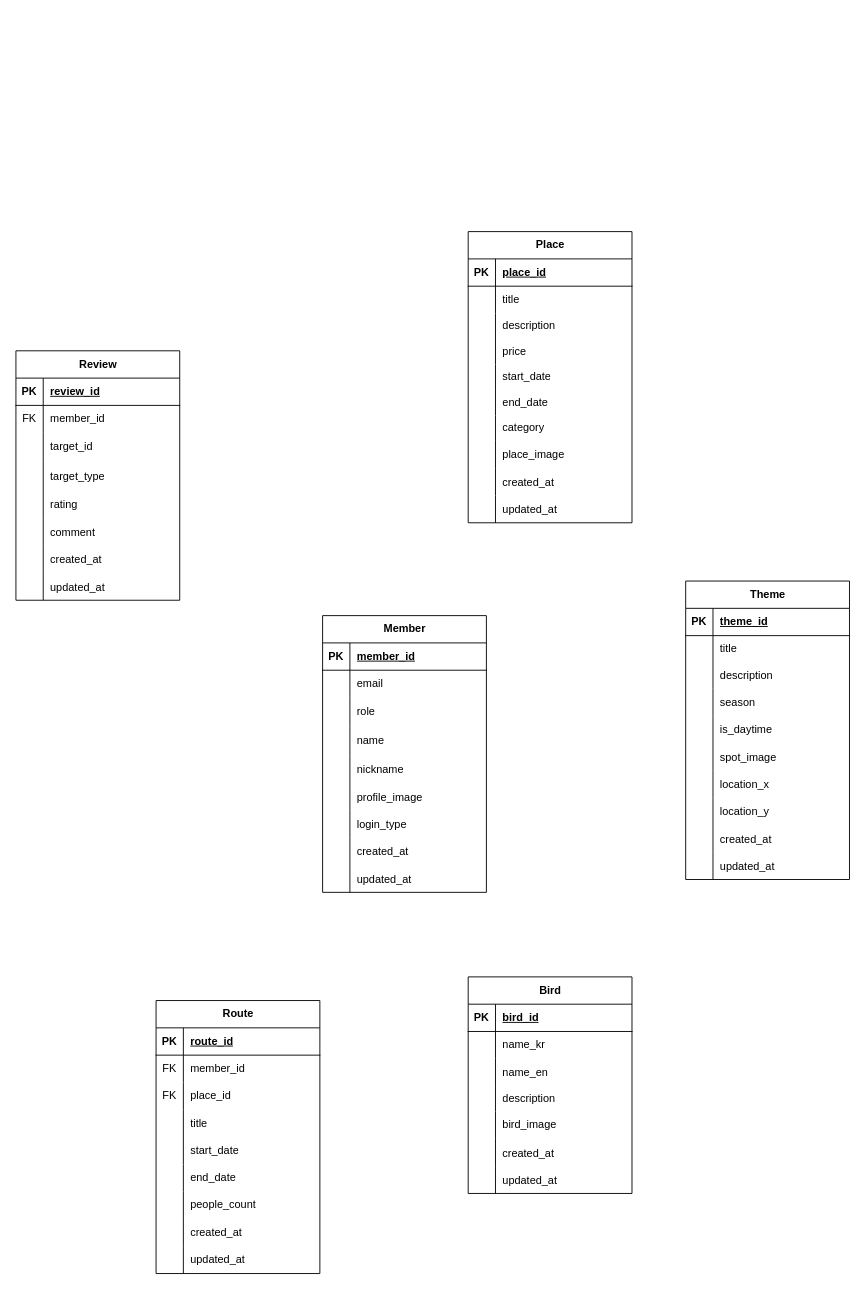
Earlier version of the draw.io diagram ShowingERD.drawio (2025-Tourism-Data-Utilization-Contest/ERD). Source tidied: cells renumbered, new cells numbered last; positions are measured from the earlier drawing's top-left corner, leaving out a move shared by most shapes. Both pictures are drawn from the tidied source at 91%, with x=0, y=0 at pixel (15, 231).
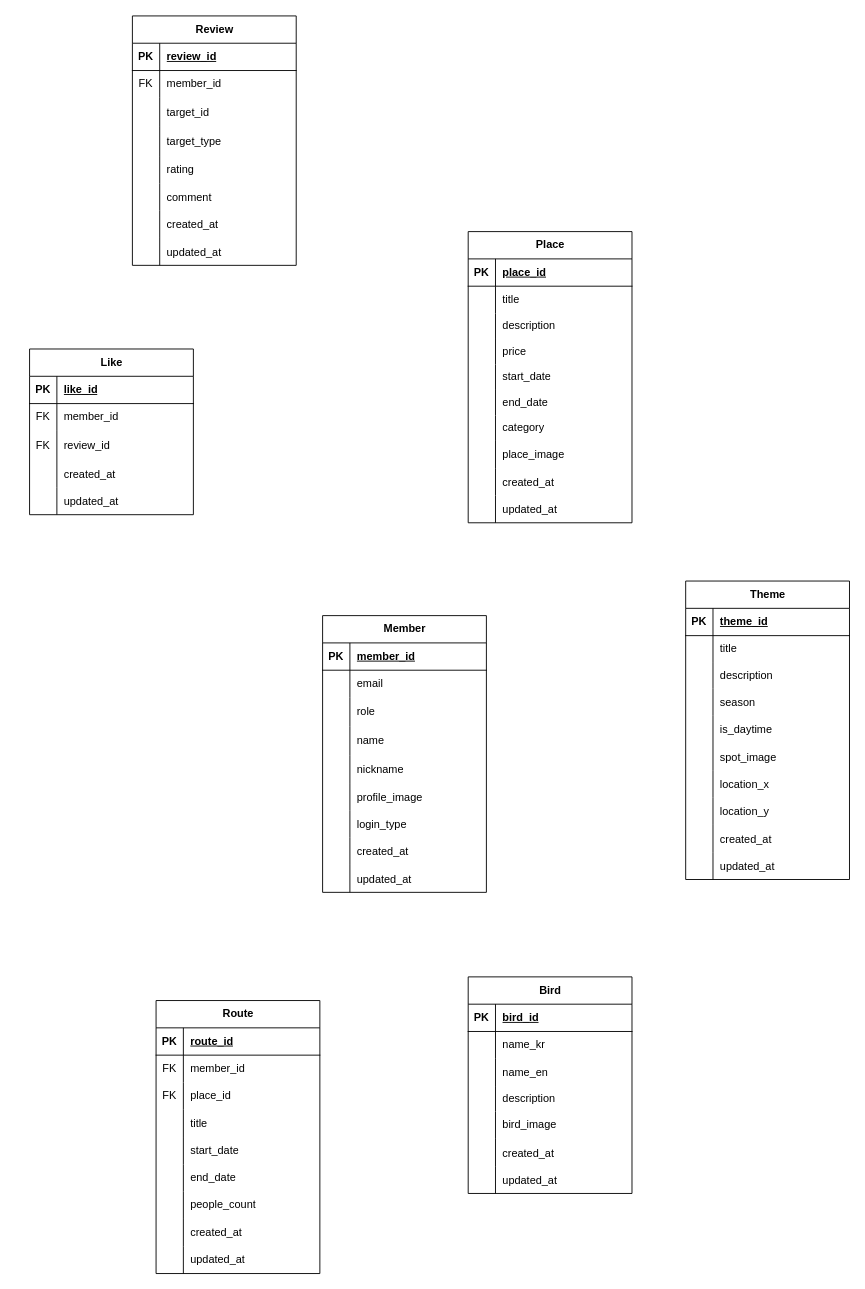
Above is the later version.

Commit message:
docs: 좋아요(Like) 테이블 작성

The change refers to these unchanged cells:
```xml
<mxCell id="143" style="shape=tableRow;horizontal=0;startSize=0;swimlaneHead=0;swimlaneBody=0;fillColor=none;top=0;left=0;right=0;bottom=1;" parent="142" vertex="1">
  <mxGeometry y="30" width="180" height="30" as="geometry" />
</mxCell>
<mxCell id="149" style="shape=tableRow;horizontal=0;startSize=0;swimlaneHead=0;swimlaneBody=0;fillColor=none;top=0;left=0;right=0;bottom=0;" parent="142" vertex="1">
  <mxGeometry y="90" width="180" height="32" as="geometry" />
</mxCell>
```

Change to the diagram source:
```diff
@@
-    <mxCell id="142" value="Review" style="shape=table;startSize=30;childLayout=tableLayout;rowLines=0;fontStyle=1;align=center;html=1;" parent="1" vertex="1">
-      <mxGeometry y="131" width="180" height="274.1" as="geometry" />
+    <mxCell id="142" value="Like" style="shape=table;startSize=30;childLayout=tableLayout;rowLines=0;fontStyle=1;align=center;html=1;" parent="1" vertex="1">
+      <mxGeometry x="15" y="129" width="180" height="182.1" as="geometry" />
     </mxCell>
@@
-    <mxCell id="145" value="review_id" style="shape=partialRectangle;fillColor=none;top=0;left=0;bottom=0;right=0;align=left;spacingLeft=6;fontStyle=5;overflow=hidden;whiteSpace=wrap;html=1;" parent="143" vertex="1">
+    <mxCell id="145" value="like_id" style="shape=partialRectangle;fillColor=none;top=0;left=0;bottom=0;right=0;align=left;spacingLeft=6;fontStyle=5;overflow=hidden;whiteSpace=wrap;html=1;" parent="143" vertex="1">
       <mxGeometry x="30" width="150" height="30" as="geometry" />
     </mxCell>
@@
-    <mxCell id="150" style="shape=partialRectangle;fillColor=none;top=0;left=0;bottom=0;right=0;overflow=hidden;whiteSpace=wrap;html=1;" parent="149" vertex="1">
+    <mxCell id="150" value="FK" style="shape=partialRectangle;fillColor=none;top=0;left=0;bottom=0;right=0;overflow=hidden;whiteSpace=wrap;html=1;" parent="149" vertex="1">
       <mxGeometry width="30" height="32" as="geometry" />
     </mxCell>
-    <mxCell id="151" value="target_id" style="shape=partialRectangle;fillColor=none;top=0;left=0;bottom=0;right=0;align=left;spacingLeft=6;overflow=hidden;whiteSpace=wrap;html=1;" parent="149" vertex="1">
+    <mxCell id="151" value="review_id" style="shape=partialRectangle;fillColor=none;top=0;left=0;bottom=0;right=0;align=left;spacingLeft=6;overflow=hidden;whiteSpace=wrap;html=1;" parent="149" vertex="1">
       <mxGeometry x="30" width="150" height="32" as="geometry" />
     </mxCell>
-    <mxCell id="152" style="shape=tableRow;horizontal=0;startSize=0;swimlaneHead=0;swimlaneBody=0;fillColor=none;top=0;left=0;right=0;bottom=0;" parent="142" vertex="1">
-      <mxGeometry y="122" width="180" height="32" as="geometry" />
-    </mxCell>
-    <mxCell id="153" style="shape=partialRectangle;fillColor=none;top=0;left=0;bottom=0;right=0;overflow=hidden;whiteSpace=wrap;html=1;" parent="152" vertex="1">
-      <mxGeometry width="30" height="32" as="geometry" />
-    </mxCell>
-    <mxCell id="154" value="target_type" style="shape=partialRectangle;fillColor=none;top=0;left=0;bottom=0;right=0;align=left;spacingLeft=6;overflow=hidden;whiteSpace=wrap;html=1;" parent="152" vertex="1">
-      <mxGeometry x="30" width="150" height="32" as="geometry" />
-    </mxCell>
-    <mxCell id="155" style="shape=tableRow;horizontal=0;startSize=0;swimlaneHead=0;swimlaneBody=0;fillColor=none;top=0;left=0;right=0;bottom=0;" parent="142" vertex="1">
-      <mxGeometry y="154" width="180" height="30" as="geometry" />
-    </mxCell>
-    <mxCell id="156" style="shape=partialRectangle;fillColor=none;top=0;left=0;bottom=0;right=0;overflow=hidden;whiteSpace=wrap;html=1;" parent="155" vertex="1">
-      <mxGeometry width="30" height="30" as="geometry" />
-    </mxCell>
-    <mxCell id="157" value="rating" style="shape=partialRectangle;fillColor=none;top=0;left=0;bottom=0;right=0;align=left;spacingLeft=6;overflow=hidden;whiteSpace=wrap;html=1;" parent="155" vertex="1">
-      <mxGeometry x="30" width="150" height="30" as="geometry" />
-    </mxCell>
-    <mxCell id="158" style="shape=tableRow;horizontal=0;startSize=0;swimlaneHead=0;swimlaneBody=0;fillColor=none;top=0;left=0;right=0;bottom=0;" parent="142" vertex="1">
-      <mxGeometry y="184" width="180" height="30" as="geometry" />
-    </mxCell>
-    <mxCell id="159" style="shape=partialRectangle;fillColor=none;top=0;left=0;bottom=0;right=0;overflow=hidden;" parent="158" vertex="1">
-      <mxGeometry width="30" height="30" as="geometry" />
-    </mxCell>
-    <mxCell id="160" value="comment" style="shape=partialRectangle;fillColor=none;top=0;left=0;bottom=0;right=0;align=left;spacingLeft=6;overflow=hidden;" parent="158" vertex="1">
-      <mxGeometry x="30" width="150" height="30" as="geometry" />
-    </mxCell>
     <mxCell id="161" style="shape=tableRow;horizontal=0;startSize=0;swimlaneHead=0;swimlaneBody=0;fillColor=none;top=0;left=0;right=0;bottom=0;" parent="142" vertex="1">
-      <mxGeometry y="214" width="180" height="30" as="geometry" />
+      <mxGeometry y="122" width="180" height="30" as="geometry" />
     </mxCell>
@@
     <mxCell id="164" style="shape=tableRow;horizontal=0;startSize=0;swimlaneHead=0;swimlaneBody=0;fillColor=none;top=0;left=0;right=0;bottom=0;" parent="142" vertex="1">
-      <mxGeometry y="244" width="180" height="30" as="geometry" />
+      <mxGeometry y="152" width="180" height="30" as="geometry" />
     </mxCell>
@@
+    <mxCell id="167" value="Review" style="shape=table;startSize=30;childLayout=tableLayout;rowLines=0;fontStyle=1;align=center;html=1;" parent="1" vertex="1">
+      <mxGeometry x="128" y="-237" width="180" height="274.1" as="geometry" />
+    </mxCell>
+    <mxCell id="168" style="shape=tableRow;horizontal=0;startSize=0;swimlaneHead=0;swimlaneBody=0;fillColor=none;top=0;left=0;right=0;bottom=1;" parent="167" vertex="1">
+      <mxGeometry y="30" width="180" height="30" as="geometry" />
+    </mxCell>
+    <mxCell id="169" value="PK" style="shape=partialRectangle;fillColor=none;top=0;left=0;bottom=0;right=0;fontStyle=1;overflow=hidden;whiteSpace=wrap;html=1;" parent="168" vertex="1">
+      <mxGeometry width="30" height="30" as="geometry" />
+    </mxCell>
+    <mxCell id="170" value="review_id" style="shape=partialRectangle;fillColor=none;top=0;left=0;bottom=0;right=0;align=left;spacingLeft=6;fontStyle=5;overflow=hidden;whiteSpace=wrap;html=1;" parent="168" vertex="1">
+      <mxGeometry x="30" width="150" height="30" as="geometry" />
+    </mxCell>
+    <mxCell id="171" style="shape=tableRow;horizontal=0;startSize=0;swimlaneHead=0;swimlaneBody=0;fillColor=none;top=0;left=0;right=0;bottom=0;" parent="167" vertex="1">
+      <mxGeometry y="60" width="180" height="30" as="geometry" />
+    </mxCell>
+    <mxCell id="172" value="FK" style="shape=partialRectangle;fillColor=none;top=0;left=0;bottom=0;right=0;overflow=hidden;whiteSpace=wrap;html=1;" parent="171" vertex="1">
+      <mxGeometry width="30" height="30" as="geometry" />
+    </mxCell>
+    <mxCell id="173" value="member_id" style="shape=partialRectangle;fillColor=none;top=0;left=0;bottom=0;right=0;align=left;spacingLeft=6;overflow=hidden;whiteSpace=wrap;html=1;" parent="171" vertex="1">
+      <mxGeometry x="30" width="150" height="30" as="geometry" />
+    </mxCell>
+    <mxCell id="174" style="shape=tableRow;horizontal=0;startSize=0;swimlaneHead=0;swimlaneBody=0;fillColor=none;top=0;left=0;right=0;bottom=0;" parent="167" vertex="1">
+      <mxGeometry y="90" width="180" height="32" as="geometry" />
+    </mxCell>
+    <mxCell id="175" style="shape=partialRectangle;fillColor=none;top=0;left=0;bottom=0;right=0;overflow=hidden;whiteSpace=wrap;html=1;" parent="174" vertex="1">
+      <mxGeometry width="30" height="32" as="geometry" />
+    </mxCell>
+    <mxCell id="176" value="target_id" style="shape=partialRectangle;fillColor=none;top=0;left=0;bottom=0;right=0;align=left;spacingLeft=6;overflow=hidden;whiteSpace=wrap;html=1;" parent="174" vertex="1">
+      <mxGeometry x="30" width="150" height="32" as="geometry" />
+    </mxCell>
+    <mxCell id="152" style="shape=tableRow;horizontal=0;startSize=0;swimlaneHead=0;swimlaneBody=0;fillColor=none;top=0;left=0;right=0;bottom=0;" parent="167" vertex="1">
+      <mxGeometry y="122" width="180" height="32" as="geometry" />
+    </mxCell>
+    <mxCell id="177" style="shape=partialRectangle;fillColor=none;top=0;left=0;bottom=0;right=0;overflow=hidden;whiteSpace=wrap;html=1;" parent="152" vertex="1">
+      <mxGeometry width="30" height="32" as="geometry" />
+    </mxCell>
+    <mxCell id="154" value="target_type" style="shape=partialRectangle;fillColor=none;top=0;left=0;bottom=0;right=0;align=left;spacingLeft=6;overflow=hidden;whiteSpace=wrap;html=1;" parent="152" vertex="1">
+      <mxGeometry x="30" width="150" height="32" as="geometry" />
+    </mxCell>
+    <mxCell id="155" style="shape=tableRow;horizontal=0;startSize=0;swimlaneHead=0;swimlaneBody=0;fillColor=none;top=0;left=0;right=0;bottom=0;" parent="167" vertex="1">
+      <mxGeometry y="154" width="180" height="30" as="geometry" />
+    </mxCell>
+    <mxCell id="156" style="shape=partialRectangle;fillColor=none;top=0;left=0;bottom=0;right=0;overflow=hidden;whiteSpace=wrap;html=1;" parent="155" vertex="1">
+      <mxGeometry width="30" height="30" as="geometry" />
+    </mxCell>
+    <mxCell id="157" value="rating" style="shape=partialRectangle;fillColor=none;top=0;left=0;bottom=0;right=0;align=left;spacingLeft=6;overflow=hidden;whiteSpace=wrap;html=1;" parent="155" vertex="1">
+      <mxGeometry x="30" width="150" height="30" as="geometry" />
+    </mxCell>
+    <mxCell id="158" style="shape=tableRow;horizontal=0;startSize=0;swimlaneHead=0;swimlaneBody=0;fillColor=none;top=0;left=0;right=0;bottom=0;" parent="167" vertex="1">
+      <mxGeometry y="184" width="180" height="30" as="geometry" />
+    </mxCell>
+    <mxCell id="178" style="shape=partialRectangle;fillColor=none;top=0;left=0;bottom=0;right=0;overflow=hidden;" parent="158" vertex="1">
+      <mxGeometry width="30" height="30" as="geometry" />
+    </mxCell>
+    <mxCell id="160" value="comment" style="shape=partialRectangle;fillColor=none;top=0;left=0;bottom=0;right=0;align=left;spacingLeft=6;overflow=hidden;" parent="158" vertex="1">
+      <mxGeometry x="30" width="150" height="30" as="geometry" />
+    </mxCell>
+    <mxCell id="179" style="shape=tableRow;horizontal=0;startSize=0;swimlaneHead=0;swimlaneBody=0;fillColor=none;top=0;left=0;right=0;bottom=0;" parent="167" vertex="1">
+      <mxGeometry y="214" width="180" height="30" as="geometry" />
+    </mxCell>
+    <mxCell id="180" style="shape=partialRectangle;fillColor=none;top=0;left=0;bottom=0;right=0;overflow=hidden;" parent="179" vertex="1">
+      <mxGeometry width="30" height="30" as="geometry" />
+    </mxCell>
+    <mxCell id="181" value="created_at" style="shape=partialRectangle;fillColor=none;top=0;left=0;bottom=0;right=0;align=left;spacingLeft=6;overflow=hidden;" parent="179" vertex="1">
+      <mxGeometry x="30" width="150" height="30" as="geometry" />
+    </mxCell>
+    <mxCell id="182" style="shape=tableRow;horizontal=0;startSize=0;swimlaneHead=0;swimlaneBody=0;fillColor=none;top=0;left=0;right=0;bottom=0;" parent="167" vertex="1">
+      <mxGeometry y="244" width="180" height="30" as="geometry" />
+    </mxCell>
+    <mxCell id="183" style="shape=partialRectangle;fillColor=none;top=0;left=0;bottom=0;right=0;overflow=hidden;" parent="182" vertex="1">
+      <mxGeometry width="30" height="30" as="geometry" />
+    </mxCell>
+    <mxCell id="184" value="updated_at" style="shape=partialRectangle;fillColor=none;top=0;left=0;bottom=0;right=0;align=left;spacingLeft=6;overflow=hidden;" parent="182" vertex="1">
+      <mxGeometry x="30" width="150" height="30" as="geometry" />
+    </mxCell>
```
